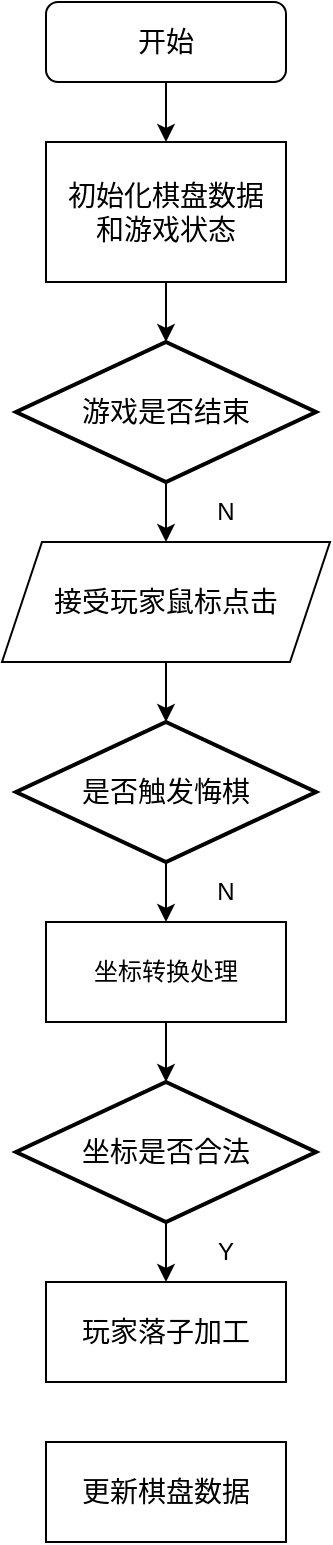
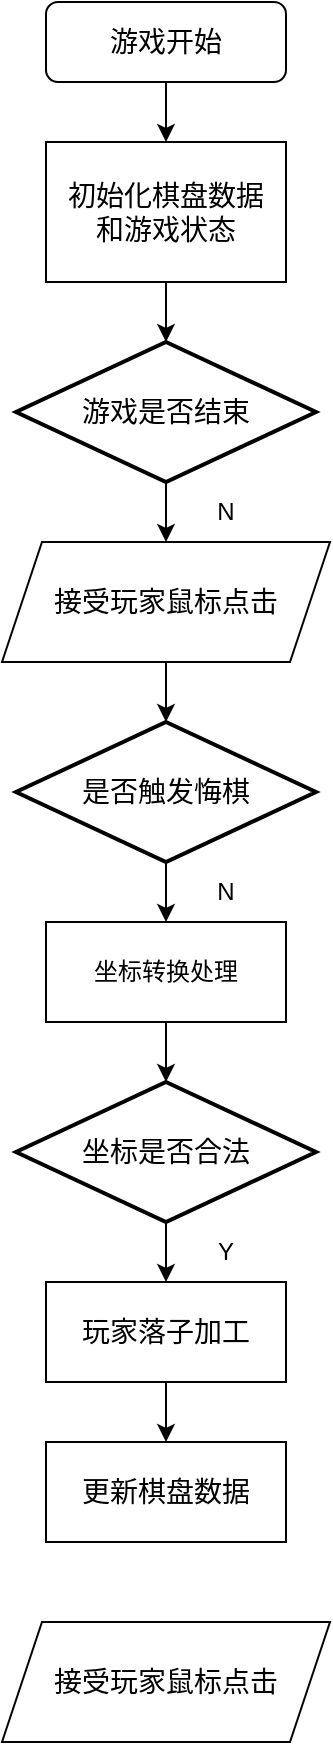
<mxfile host="app.diagrams.net">
  <diagram name="Page-1" id="Ut53iUmTTLsHKbGdxMO9">
    <mxGraphModel dx="2054" dy="1198" grid="1" gridSize="10" guides="1" tooltips="1" connect="1" arrows="1" fold="1" page="1" pageScale="1" pageWidth="827" pageHeight="1169" math="0" shadow="0">
      <root>
        <mxCell id="0" />
        <mxCell id="1" parent="0" />
        <mxCell id="LBzLqDpE-ghOYlSVNWWL-11" edge="1" parent="1" source="LBzLqDpE-ghOYlSVNWWL-4" style="edgeStyle=orthogonalEdgeStyle;rounded=0;orthogonalLoop=1;jettySize=auto;html=1;exitX=0.5;exitY=1;exitDx=0;exitDy=0;exitPerimeter=0;entryX=0.5;entryY=0;entryDx=0;entryDy=0;" target="LBzLqDpE-ghOYlSVNWWL-9">
          <mxGeometry relative="1" as="geometry" />
        </mxCell>
        <mxCell id="LBzLqDpE-ghOYlSVNWWL-4" parent="1" style="strokeWidth=2;html=1;shape=mxgraph.flowchart.decision;whiteSpace=wrap;" value="&lt;font style=&quot;font-size: 14px;&quot;&gt;游戏是否结束&lt;/font&gt;" vertex="1">
          <mxGeometry height="70" width="150" x="219" y="180" as="geometry" />
        </mxCell>
        <mxCell id="LBzLqDpE-ghOYlSVNWWL-5" edge="1" parent="1" source="LBzLqDpE-ghOYlSVNWWL-6" style="edgeStyle=orthogonalEdgeStyle;rounded=0;orthogonalLoop=1;jettySize=auto;html=1;exitX=0.5;exitY=1;exitDx=0;exitDy=0;entryX=0.5;entryY=0;entryDx=0;entryDy=0;entryPerimeter=0;" target="LBzLqDpE-ghOYlSVNWWL-4">
          <mxGeometry relative="1" as="geometry">
            <mxPoint x="414" y="200" as="sourcePoint" />
          </mxGeometry>
        </mxCell>
        <mxCell id="LBzLqDpE-ghOYlSVNWWL-6" parent="1" style="rounded=0;whiteSpace=wrap;html=1;" value="&lt;font style=&quot;font-size: 14px;&quot;&gt;初始化棋盘数据&lt;/font&gt;&lt;div&gt;&lt;span style=&quot;font-size: 14px; background-color: transparent; color: light-dark(rgb(0, 0, 0), rgb(255, 255, 255));&quot;&gt;和游戏状态&lt;/span&gt;&lt;/div&gt;" vertex="1">
          <mxGeometry height="70" width="120" x="234" y="80" as="geometry" />
        </mxCell>
        <mxCell id="LBzLqDpE-ghOYlSVNWWL-8" edge="1" parent="1" source="LBzLqDpE-ghOYlSVNWWL-7" style="edgeStyle=orthogonalEdgeStyle;rounded=0;orthogonalLoop=1;jettySize=auto;html=1;exitX=0.5;exitY=1;exitDx=0;exitDy=0;entryX=0.5;entryY=0;entryDx=0;entryDy=0;" target="LBzLqDpE-ghOYlSVNWWL-6">
          <mxGeometry relative="1" as="geometry" />
        </mxCell>
-         <mxCell id="LBzLqDpE-ghOYlSVNWWL-7" parent="1" style="rounded=1;whiteSpace=wrap;html=1;" value="&lt;font style=&quot;font-size: 14px;&quot;&gt;开始&lt;/font&gt;" vertex="1">
+         <mxCell id="LBzLqDpE-ghOYlSVNWWL-7" parent="1" style="rounded=1;whiteSpace=wrap;html=1;" value="&lt;font style=&quot;font-size: 14px;&quot;&gt;游戏开始&lt;/font&gt;" vertex="1">
          <mxGeometry height="40" width="120" x="234" y="10" as="geometry" />
        </mxCell>
        <mxCell id="LBzLqDpE-ghOYlSVNWWL-9" parent="1" style="shape=parallelogram;perimeter=parallelogramPerimeter;whiteSpace=wrap;html=1;fixedSize=1;" value="&lt;font style=&quot;font-size: 14px;&quot;&gt;接受玩家鼠标点击&lt;/font&gt;" vertex="1">
          <mxGeometry height="60" width="164" x="212" y="280" as="geometry" />
        </mxCell>
        <mxCell id="LBzLqDpE-ghOYlSVNWWL-12" parent="1" style="text;html=1;whiteSpace=wrap;strokeColor=none;fillColor=none;align=center;verticalAlign=middle;rounded=0;" value="N" vertex="1">
          <mxGeometry height="30" width="60" x="294" y="250" as="geometry" />
        </mxCell>
        <mxCell id="LBzLqDpE-ghOYlSVNWWL-16" edge="1" parent="1" source="LBzLqDpE-ghOYlSVNWWL-13" style="edgeStyle=orthogonalEdgeStyle;rounded=0;orthogonalLoop=1;jettySize=auto;html=1;exitX=0.5;exitY=1;exitDx=0;exitDy=0;exitPerimeter=0;entryX=0.5;entryY=0;entryDx=0;entryDy=0;" target="LBzLqDpE-ghOYlSVNWWL-15">
          <mxGeometry relative="1" as="geometry" />
        </mxCell>
        <mxCell id="LBzLqDpE-ghOYlSVNWWL-13" parent="1" style="strokeWidth=2;html=1;shape=mxgraph.flowchart.decision;whiteSpace=wrap;" value="&lt;font style=&quot;font-size: 14px;&quot;&gt;是否触发悔棋&lt;/font&gt;" vertex="1">
          <mxGeometry height="70" width="150" x="219" y="370" as="geometry" />
        </mxCell>
        <mxCell id="LBzLqDpE-ghOYlSVNWWL-14" edge="1" parent="1" source="LBzLqDpE-ghOYlSVNWWL-9" style="edgeStyle=orthogonalEdgeStyle;rounded=0;orthogonalLoop=1;jettySize=auto;html=1;exitX=0.5;exitY=1;exitDx=0;exitDy=0;entryX=0.5;entryY=0;entryDx=0;entryDy=0;entryPerimeter=0;" target="LBzLqDpE-ghOYlSVNWWL-13">
          <mxGeometry relative="1" as="geometry" />
        </mxCell>
        <mxCell id="LBzLqDpE-ghOYlSVNWWL-15" parent="1" style="rounded=0;whiteSpace=wrap;html=1;" value="坐标转换处理" vertex="1">
          <mxGeometry height="50" width="120" x="234" y="470" as="geometry" />
        </mxCell>
        <mxCell id="LBzLqDpE-ghOYlSVNWWL-17" parent="1" style="text;html=1;whiteSpace=wrap;strokeColor=none;fillColor=none;align=center;verticalAlign=middle;rounded=0;" value="N" vertex="1">
          <mxGeometry height="30" width="60" x="294" y="440" as="geometry" />
        </mxCell>
        <mxCell id="LBzLqDpE-ghOYlSVNWWL-22" edge="1" parent="1" source="LBzLqDpE-ghOYlSVNWWL-18" style="edgeStyle=orthogonalEdgeStyle;rounded=0;orthogonalLoop=1;jettySize=auto;html=1;exitX=0.5;exitY=1;exitDx=0;exitDy=0;exitPerimeter=0;entryX=0.5;entryY=0;entryDx=0;entryDy=0;" target="LBzLqDpE-ghOYlSVNWWL-21">
          <mxGeometry relative="1" as="geometry" />
        </mxCell>
        <mxCell id="LBzLqDpE-ghOYlSVNWWL-18" parent="1" style="strokeWidth=2;html=1;shape=mxgraph.flowchart.decision;whiteSpace=wrap;" value="&lt;font style=&quot;font-size: 14px;&quot;&gt;坐标是否合法&lt;/font&gt;" vertex="1">
          <mxGeometry height="70" width="150" x="219" y="550" as="geometry" />
        </mxCell>
        <mxCell id="LBzLqDpE-ghOYlSVNWWL-20" edge="1" parent="1" source="LBzLqDpE-ghOYlSVNWWL-15" style="edgeStyle=orthogonalEdgeStyle;rounded=0;orthogonalLoop=1;jettySize=auto;html=1;exitX=0.5;exitY=1;exitDx=0;exitDy=0;entryX=0.5;entryY=0;entryDx=0;entryDy=0;entryPerimeter=0;" target="LBzLqDpE-ghOYlSVNWWL-18">
          <mxGeometry relative="1" as="geometry" />
        </mxCell>
+         <mxCell id="LBzLqDpE-ghOYlSVNWWL-25" edge="1" parent="1" source="LBzLqDpE-ghOYlSVNWWL-21" style="edgeStyle=orthogonalEdgeStyle;rounded=0;orthogonalLoop=1;jettySize=auto;html=1;exitX=0.5;exitY=1;exitDx=0;exitDy=0;entryX=0.5;entryY=0;entryDx=0;entryDy=0;" target="LBzLqDpE-ghOYlSVNWWL-24">
+           <mxGeometry relative="1" as="geometry" />
+         </mxCell>
        <mxCell id="LBzLqDpE-ghOYlSVNWWL-21" parent="1" style="rounded=0;whiteSpace=wrap;html=1;" value="&lt;font style=&quot;font-size: 14px;&quot;&gt;玩家落子加工&lt;/font&gt;" vertex="1">
          <mxGeometry height="50" width="120" x="234" y="650" as="geometry" />
        </mxCell>
        <mxCell id="LBzLqDpE-ghOYlSVNWWL-23" parent="1" style="text;html=1;whiteSpace=wrap;strokeColor=none;fillColor=none;align=center;verticalAlign=middle;rounded=0;" value="Y" vertex="1">
          <mxGeometry height="30" width="60" x="294" y="620" as="geometry" />
        </mxCell>
        <mxCell id="LBzLqDpE-ghOYlSVNWWL-24" parent="1" style="rounded=0;whiteSpace=wrap;html=1;" value="&lt;font style=&quot;font-size: 14px;&quot;&gt;更新棋盘数据&lt;/font&gt;" vertex="1">
          <mxGeometry height="50" width="120" x="234" y="730" as="geometry" />
        </mxCell>
+         <mxCell id="LBzLqDpE-ghOYlSVNWWL-26" parent="1" style="shape=parallelogram;perimeter=parallelogramPerimeter;whiteSpace=wrap;html=1;fixedSize=1;" value="&lt;font style=&quot;font-size: 14px;&quot;&gt;接受玩家鼠标点击&lt;/font&gt;" vertex="1">
+           <mxGeometry height="60" width="164" x="212" y="820" as="geometry" />
+         </mxCell>
      </root>
    </mxGraphModel>
  </diagram>
</mxfile>
